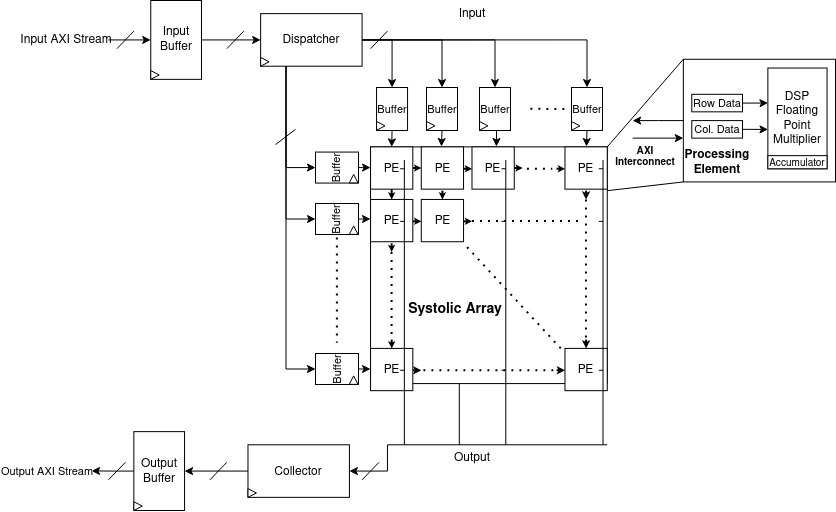
Above: diagrams/sys_array_buffs.png in hassan-alawi/FlexArray (draw.io), before the change. Source tidied: cells renumbered, new cells last; positions are measured from the earlier drawing's top-left corner, leaving out a move shared by most shapes.
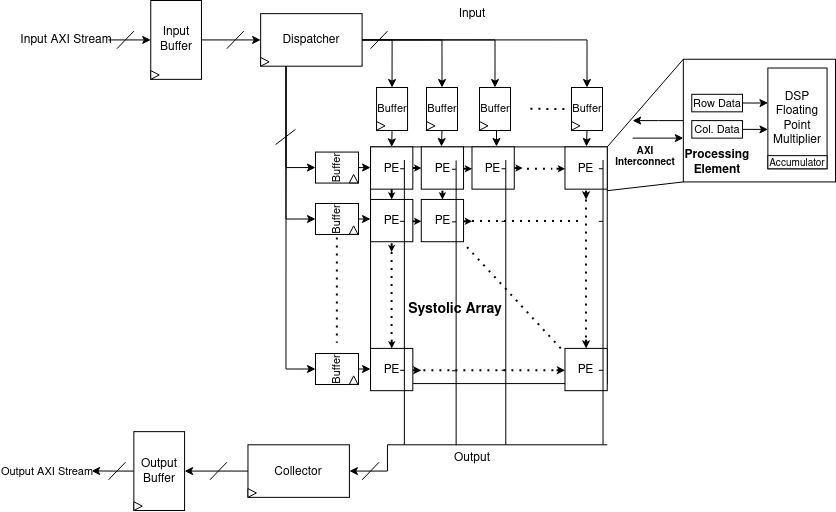
Above is the later version.

The edit, as a diff of the source:
```diff
@@ -23,12 +23,6 @@
         <mxPoint x="4.2" y="201.5" as="targetPoint" />
       </mxGeometry>
     </mxCell>
-    <mxCell id="6" style="endArrow=none;html=1;rounded=0;entryX=0.8;entryY=0.4;entryDx=0;entryDy=0;entryPerimeter=0;" parent="1" edge="1">
-      <mxGeometry relative="1" as="geometry">
-        <mxPoint x="443.8" y="444.3" as="sourcePoint" />
-        <mxPoint x="443.8" y="159.5" as="targetPoint" />
-      </mxGeometry>
-    </mxCell>
     <mxCell id="7" style="endArrow=classic;html=1;rounded=0;entryX=0;entryY=0.5;entryDx=0;entryDy=0;" parent="1" edge="1" target="10">
       <mxGeometry relative="1" as="geometry">
         <mxPoint x="93" y="39.4" as="sourcePoint" />
@@ -214,9 +208,6 @@
         <mxPoint x="93" y="96.4" as="targetPoint" />
       </mxGeometry>
     </mxCell>
-    <mxCell id="48" value="&lt;h3&gt;&lt;b&gt;Systolic Array&lt;/b&gt;&lt;/h3&gt;" style="text;html=1;align=center;verticalAlign=middle;strokeColor=none;fillColor=none;" parent="18" vertex="1">
-      <mxGeometry x="23.7" y="131.4" width="120" height="60" as="geometry" />
-    </mxCell>
     <mxCell id="49" style="group;" parent="18" vertex="1">
       <mxGeometry x="29.6" y="21.9" width="4.2" height="201.5" as="geometry" />
     </mxCell>
@@ -280,6 +271,36 @@
         <mxPoint x="4.2" y="201.5" as="targetPoint" />
       </mxGeometry>
     </mxCell>
+    <mxCell id="139" style="group;" parent="18" vertex="1">
+      <mxGeometry x="81.4" y="22.4" width="4.2" height="201.5" as="geometry" />
+    </mxCell>
+    <mxCell id="140" style="endArrow=none;html=1;rounded=0;" parent="139" edge="1">
+      <mxGeometry relative="1" as="geometry">
+        <mxPoint as="sourcePoint" />
+        <mxPoint x="4.2" as="targetPoint" />
+      </mxGeometry>
+    </mxCell>
+    <mxCell id="141" style="endArrow=none;html=1;rounded=0;" parent="139" edge="1">
+      <mxGeometry relative="1" as="geometry">
+        <mxPoint y="52.6" as="sourcePoint" />
+        <mxPoint x="4.2" y="52.6" as="targetPoint" />
+      </mxGeometry>
+    </mxCell>
+    <mxCell id="142" style="endArrow=none;html=1;rounded=0;" parent="139" edge="1">
+      <mxGeometry relative="1" as="geometry">
+        <mxPoint y="201.5" as="sourcePoint" />
+        <mxPoint x="4.2" y="201.5" as="targetPoint" />
+      </mxGeometry>
+    </mxCell>
+    <mxCell id="143" style="endArrow=none;html=1;rounded=0;entryX=0.8;entryY=0.4;entryDx=0;entryDy=0;entryPerimeter=0;" parent="18" edge="1">
+      <mxGeometry relative="1" as="geometry">
+        <mxPoint x="85.6" y="298.4" as="sourcePoint" />
+        <mxPoint x="85.6" y="13.6" as="targetPoint" />
+      </mxGeometry>
+    </mxCell>
+    <mxCell id="48" value="&lt;h3&gt;&lt;b&gt;Systolic Array&lt;/b&gt;&lt;/h3&gt;" style="text;html=1;align=center;verticalAlign=middle;strokeColor=none;fillColor=none;" parent="18" vertex="1">
+      <mxGeometry x="23.7" y="131.4" width="120" height="60" as="geometry" />
+    </mxCell>
     <mxCell id="61" style="edgeStyle=orthogonalEdgeStyle;rounded=0;jettySize=auto;html=1;exitX=1;exitY=0.5;exitDx=0;exitDy=0;entryX=0;entryY=0.5;entryDx=0;entryDy=0;" parent="1" edge="1" source="13" target="130">
       <mxGeometry relative="1" as="geometry" />
     </mxCell>
```
